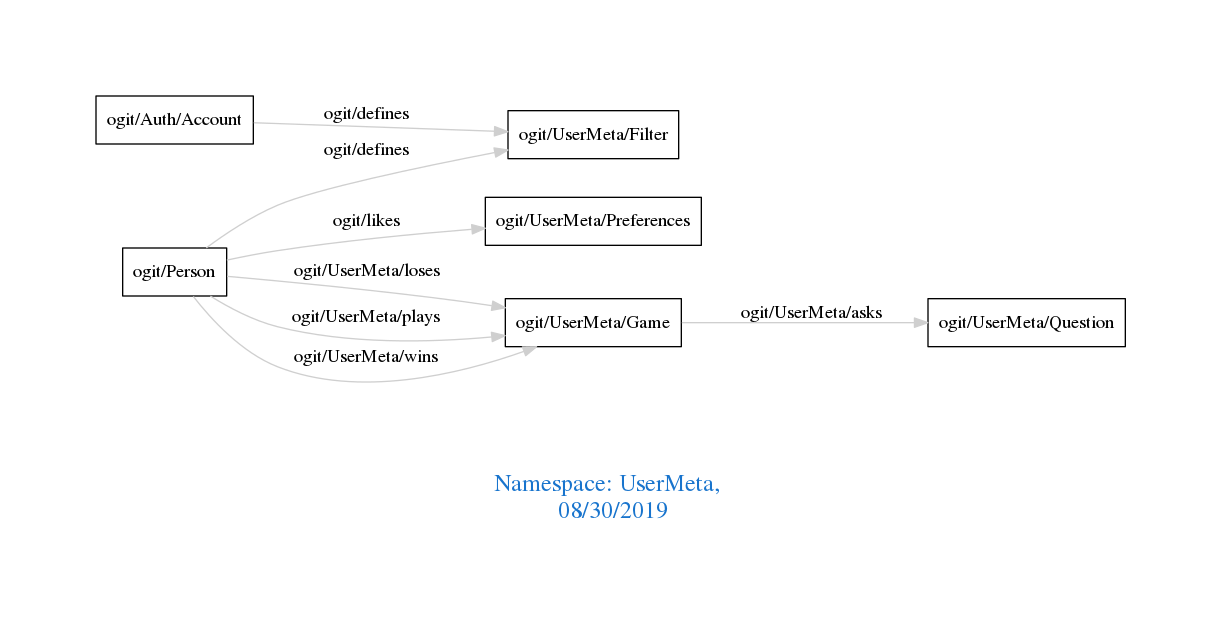
Earlier version of the Graphviz export downloads/UserMeta.png (arago/OGIT). Its source is kept beside it as downloads/UserMeta.dot.
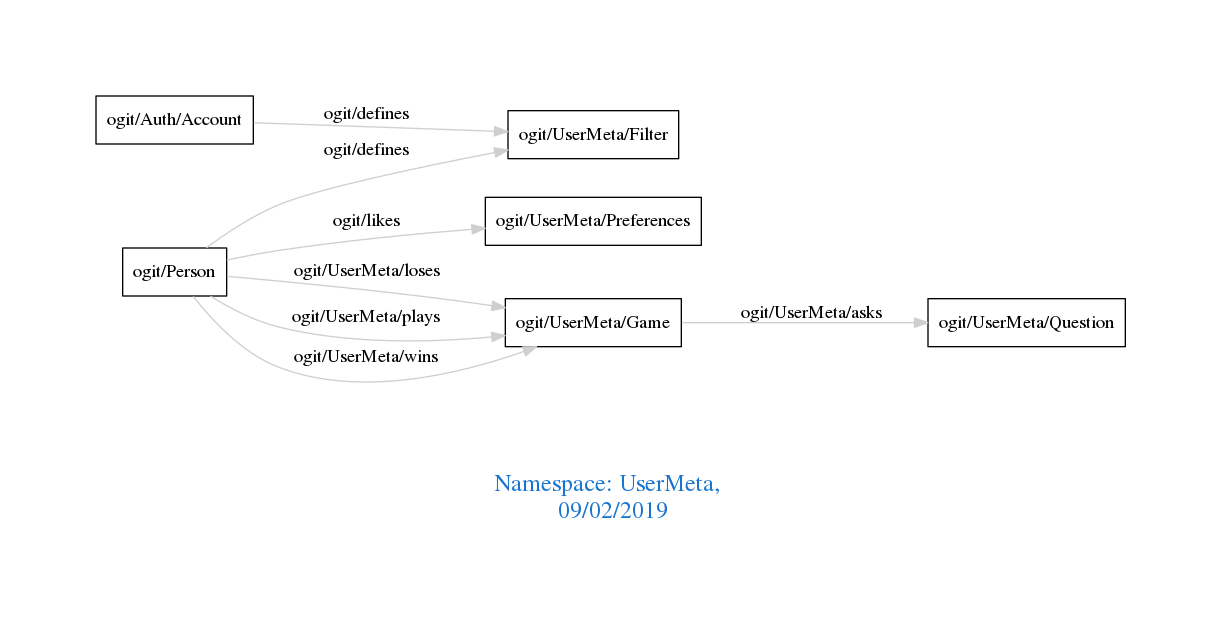
Later version of the same file.

Diff of the diagram source:
```diff
@@ -1,7 +1,7 @@
 digraph OGIT_ontology {
  graph [ rankdir= LR,pad=1
 fontsize = 18,
-fontcolor= dodgerblue3,label = "\n\n\nNamespace: UserMeta, \n 08/30/2019"];
+fontcolor= dodgerblue3,label = "\n\n\nNamespace: UserMeta, \n 09/02/2019"];
 node[shape=polygon];
 edge [  color="gray81"];
 
```
